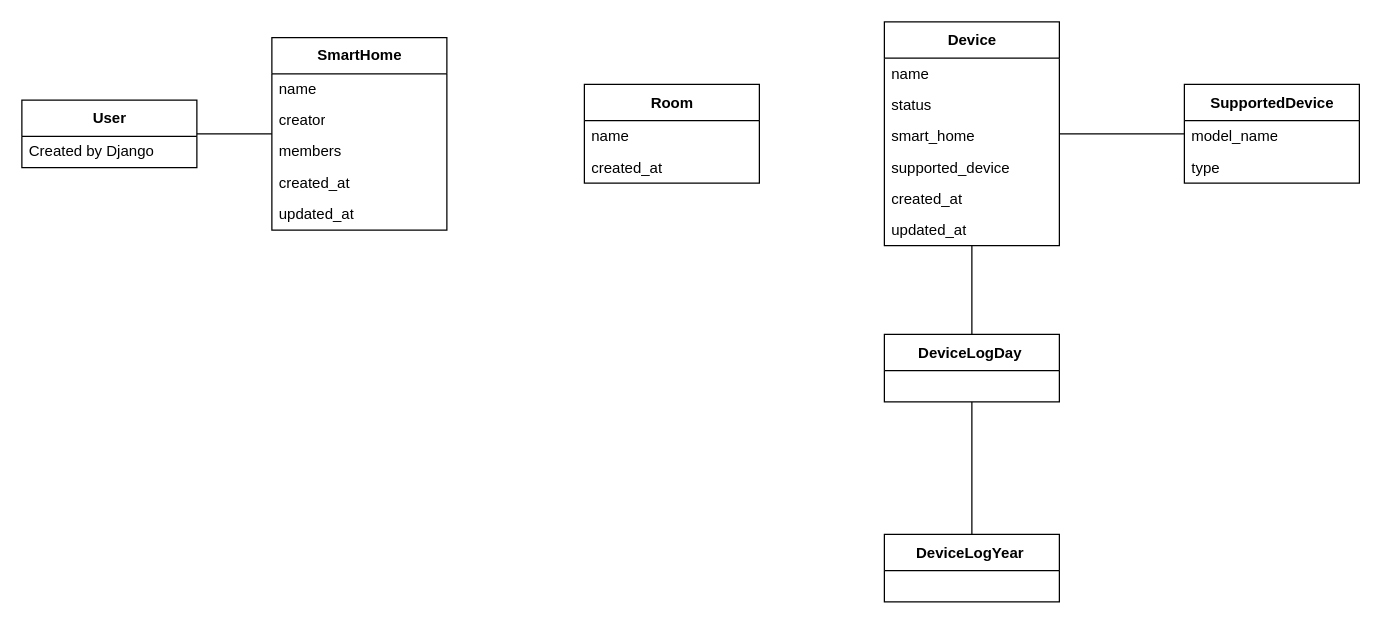
Above: Diagrams/classdiagrams.drawio in iamreallyacar/softwareengineeringsemester2 (draw.io), before the change. Source tidied: cells renumbered, new cells numbered last; positions are measured from the earlier drawing's top-left corner, leaving out a move shared by most shapes. Both pictures are drawn from the tidied source at 125%, with x=0, y=0 at pixel (21, 21).
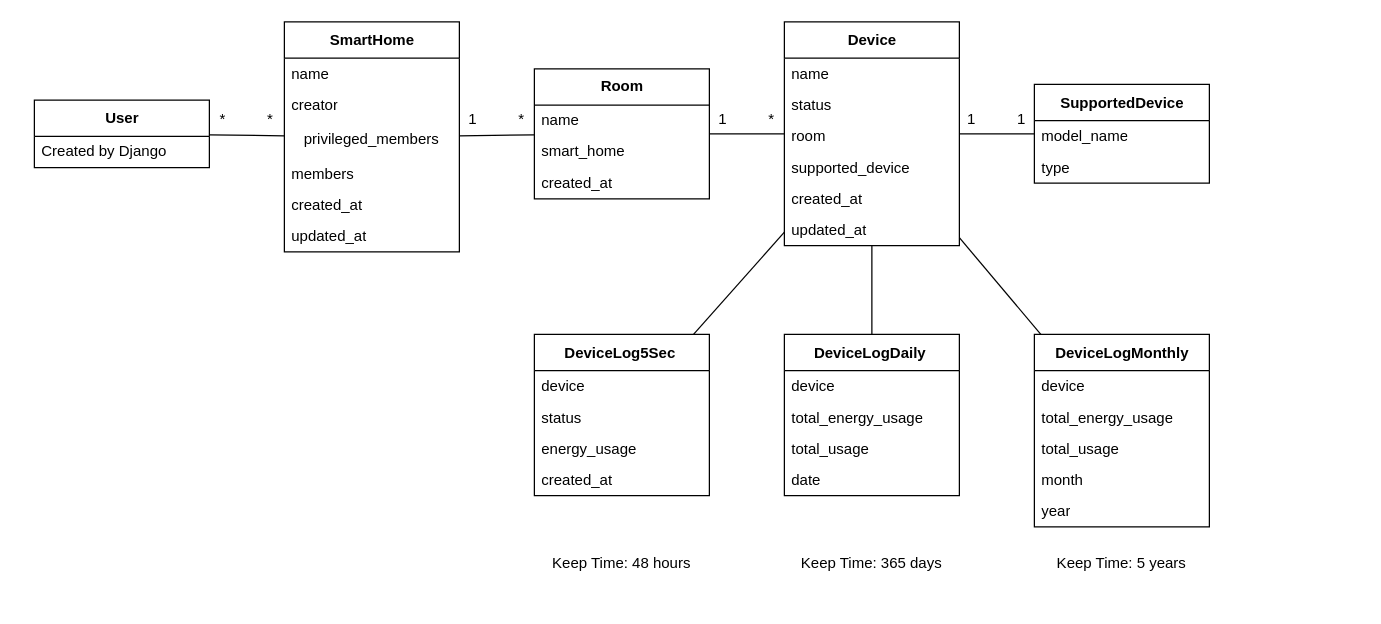
The same page after the edit.

What changed in the source:
```diff
@@
     <mxCell id="2" value="SmartHome" style="swimlane;fontStyle=1;align=center;verticalAlign=middle;horizontal=1;startSize=29;html=1;" parent="1" vertex="1">
-      <mxGeometry x="200" y="12.5" width="140" height="154" as="geometry" />
+      <mxGeometry x="210" width="140" height="184" as="geometry" />
     </mxCell>
@@
+    <mxCell id="31" value="privileged_members" style="text;html=1;strokeColor=none;fillColor=none;align=center;verticalAlign=middle;whiteSpace=wrap;rounded=0;" parent="2" vertex="1">
+      <mxGeometry y="79" width="140" height="30" as="geometry" />
+    </mxCell>
     <mxCell id="5" value="members" style="text;html=1;strokeColor=none;fillColor=none;align=left;verticalAlign=middle;spacingLeft=4;spacingRight=4;overflow=hidden;" parent="2" vertex="1">
-      <mxGeometry y="79" width="140" height="25" as="geometry" />
+      <mxGeometry y="109" width="140" height="25" as="geometry" />
     </mxCell>
     <mxCell id="6" value="created_at" style="text;html=1;strokeColor=none;fillColor=none;align=left;verticalAlign=middle;spacingLeft=4;spacingRight=4;overflow=hidden;" parent="2" vertex="1">
-      <mxGeometry y="104" width="140" height="25" as="geometry" />
+      <mxGeometry y="134" width="140" height="25" as="geometry" />
     </mxCell>
     <mxCell id="7" value="updated_at" style="text;html=1;strokeColor=none;fillColor=none;align=left;verticalAlign=middle;spacingLeft=4;spacingRight=4;overflow=hidden;" parent="2" vertex="1">
-      <mxGeometry y="129" width="140" height="25" as="geometry" />
+      <mxGeometry y="159" width="140" height="25" as="geometry" />
     </mxCell>
     <mxCell id="8" value="Device" style="swimlane;fontStyle=1;align=center;verticalAlign=middle;horizontal=1;startSize=29;html=1;" parent="1" vertex="1">
-      <mxGeometry x="690" width="140" height="179" as="geometry" />
+      <mxGeometry x="610" width="140" height="179" as="geometry" />
     </mxCell>
@@
-    <mxCell id="11" value="smart_home" style="text;html=1;strokeColor=none;fillColor=none;align=left;verticalAlign=middle;spacingLeft=4;spacingRight=4;overflow=hidden;" parent="8" vertex="1">
+    <mxCell id="11" value="room" style="text;html=1;strokeColor=none;fillColor=none;align=left;verticalAlign=middle;spacingLeft=4;spacingRight=4;overflow=hidden;" parent="8" vertex="1">
       <mxGeometry y="79" width="140" height="25" as="geometry" />
     </mxCell>
@@
     <mxCell id="15" value="SupportedDevice" style="swimlane;fontStyle=1;align=center;verticalAlign=middle;horizontal=1;startSize=29;html=1;" parent="1" vertex="1">
-      <mxGeometry x="930" y="50" width="140" height="79" as="geometry" />
+      <mxGeometry x="810" y="50" width="140" height="79" as="geometry" />
     </mxCell>
@@
     <mxCell id="19" value="User" style="swimlane;fontStyle=1;align=center;verticalAlign=middle;horizontal=1;startSize=29;html=1;" parent="1" vertex="1">
-      <mxGeometry y="62.5" width="140" height="54" as="geometry" />
+      <mxGeometry x="10" y="62.5" width="140" height="54" as="geometry" />
     </mxCell>
@@
-    <mxCell id="22" value="DeviceLogDay&amp;nbsp;" style="swimlane;fontStyle=1;align=center;verticalAlign=middle;horizontal=1;startSize=29;html=1;" parent="1" vertex="1">
-      <mxGeometry x="690" y="250" width="140" height="54" as="geometry" />
+    <mxCell id="22" value="DeviceLog5Sec&amp;nbsp;" style="swimlane;fontStyle=1;align=center;verticalAlign=middle;horizontal=1;startSize=29;html=1;" parent="1" vertex="1">
+      <mxGeometry x="410" y="250" width="140" height="129" as="geometry" />
     </mxCell>
-    <mxCell id="23" style="text;html=1;strokeColor=none;fillColor=none;align=left;verticalAlign=middle;spacingLeft=4;spacingRight=4;overflow=hidden;" parent="22" vertex="1">
+    <mxCell id="23" value="device" style="text;html=1;strokeColor=none;fillColor=none;align=left;verticalAlign=middle;spacingLeft=4;spacingRight=4;overflow=hidden;" parent="22" vertex="1">
       <mxGeometry y="29" width="140" height="25" as="geometry" />
     </mxCell>
+    <mxCell id="32" value="status" style="text;html=1;strokeColor=none;fillColor=none;align=left;verticalAlign=middle;spacingLeft=4;spacingRight=4;overflow=hidden;" parent="22" vertex="1">
+      <mxGeometry y="54" width="140" height="25" as="geometry" />
+    </mxCell>
+    <mxCell id="33" value="energy_usage" style="text;html=1;strokeColor=none;fillColor=none;align=left;verticalAlign=middle;spacingLeft=4;spacingRight=4;overflow=hidden;" parent="22" vertex="1">
+      <mxGeometry y="79" width="140" height="25" as="geometry" />
+    </mxCell>
+    <mxCell id="34" value="created_at" style="text;html=1;strokeColor=none;fillColor=none;align=left;verticalAlign=middle;spacingLeft=4;spacingRight=4;overflow=hidden;" parent="22" vertex="1">
+      <mxGeometry y="104" width="140" height="25" as="geometry" />
+    </mxCell>
@@
     <mxCell id="25" value="Room" style="swimlane;fontStyle=1;align=center;verticalAlign=middle;horizontal=1;startSize=29;html=1;" parent="1" vertex="1">
-      <mxGeometry x="450" y="50" width="140" height="79" as="geometry" />
+      <mxGeometry x="410" y="37.5" width="140" height="104" as="geometry" />
     </mxCell>
@@
+    <mxCell id="35" value="smart_home" style="text;html=1;strokeColor=none;fillColor=none;align=left;verticalAlign=middle;spacingLeft=4;spacingRight=4;overflow=hidden;" parent="25" vertex="1">
+      <mxGeometry y="54" width="140" height="25" as="geometry" />
+    </mxCell>
     <mxCell id="27" value="created_at" style="text;html=1;strokeColor=none;fillColor=none;align=left;verticalAlign=middle;spacingLeft=4;spacingRight=4;overflow=hidden;" parent="25" vertex="1">
-      <mxGeometry y="54" width="140" height="25" as="geometry" />
+      <mxGeometry y="79" width="140" height="25" as="geometry" />
     </mxCell>
-    <mxCell id="28" value="DeviceLogYear&amp;nbsp;" style="swimlane;fontStyle=1;align=center;verticalAlign=middle;horizontal=1;startSize=29;html=1;" parent="1" vertex="1">
-      <mxGeometry x="690" y="410" width="140" height="54" as="geometry" />
+    <mxCell id="28" value="DeviceLogDaily&amp;nbsp;" style="swimlane;fontStyle=1;align=center;verticalAlign=middle;horizontal=1;startSize=29;html=1;" parent="1" vertex="1">
+      <mxGeometry x="610" y="250" width="140" height="129" as="geometry" />
     </mxCell>
-    <mxCell id="29" style="text;html=1;strokeColor=none;fillColor=none;align=left;verticalAlign=middle;spacingLeft=4;spacingRight=4;overflow=hidden;" parent="28" vertex="1">
+    <mxCell id="29" value="device" style="text;html=1;strokeColor=none;fillColor=none;align=left;verticalAlign=middle;spacingLeft=4;spacingRight=4;overflow=hidden;" parent="28" vertex="1">
       <mxGeometry y="29" width="140" height="25" as="geometry" />
     </mxCell>
-    <mxCell id="30" style="endArrow=none;html=1;exitX=0.5;exitY=0;exitDx=0;exitDy=0;" parent="1" edge="1" source="28" target="22">
-      <mxGeometry relative="1" as="geometry" />
-    </mxCell>
+    <mxCell id="36" value="total_energy_usage" style="text;html=1;strokeColor=none;fillColor=none;align=left;verticalAlign=middle;spacingLeft=4;spacingRight=4;overflow=hidden;" parent="28" vertex="1">
+      <mxGeometry y="54" width="140" height="25" as="geometry" />
+    </mxCell>
+    <mxCell id="37" value="total_usage" style="text;html=1;strokeColor=none;fillColor=none;align=left;verticalAlign=middle;spacingLeft=4;spacingRight=4;overflow=hidden;" parent="28" vertex="1">
+      <mxGeometry y="79" width="140" height="25" as="geometry" />
+    </mxCell>
+    <mxCell id="38" value="date" style="text;html=1;strokeColor=none;fillColor=none;align=left;verticalAlign=middle;spacingLeft=4;spacingRight=4;overflow=hidden;" parent="28" vertex="1">
+      <mxGeometry y="104" width="140" height="25" as="geometry" />
+    </mxCell>
+    <mxCell id="39" style="endArrow=none;html=1;" parent="1" edge="1" source="28" target="8">
+      <mxGeometry relative="1" as="geometry" />
+    </mxCell>
+    <mxCell id="40" value="DeviceLogMonthly" style="swimlane;fontStyle=1;align=center;verticalAlign=middle;horizontal=1;startSize=29;html=1;" parent="1" vertex="1">
+      <mxGeometry x="810" y="250" width="140" height="154" as="geometry" />
+    </mxCell>
+    <mxCell id="41" value="device" style="text;html=1;strokeColor=none;fillColor=none;align=left;verticalAlign=middle;spacingLeft=4;spacingRight=4;overflow=hidden;" parent="40" vertex="1">
+      <mxGeometry y="29" width="140" height="25" as="geometry" />
+    </mxCell>
+    <mxCell id="42" value="total_energy_usage" style="text;html=1;strokeColor=none;fillColor=none;align=left;verticalAlign=middle;spacingLeft=4;spacingRight=4;overflow=hidden;" parent="40" vertex="1">
+      <mxGeometry y="54" width="140" height="25" as="geometry" />
+    </mxCell>
+    <mxCell id="43" value="total_usage" style="text;html=1;strokeColor=none;fillColor=none;align=left;verticalAlign=middle;spacingLeft=4;spacingRight=4;overflow=hidden;" parent="40" vertex="1">
+      <mxGeometry y="79" width="140" height="25" as="geometry" />
+    </mxCell>
+    <mxCell id="44" value="month" style="text;html=1;strokeColor=none;fillColor=none;align=left;verticalAlign=middle;spacingLeft=4;spacingRight=4;overflow=hidden;" parent="40" vertex="1">
+      <mxGeometry y="104" width="140" height="25" as="geometry" />
+    </mxCell>
+    <mxCell id="45" value="year" style="text;html=1;strokeColor=none;fillColor=none;align=left;verticalAlign=middle;spacingLeft=4;spacingRight=4;overflow=hidden;" parent="40" vertex="1">
+      <mxGeometry y="129" width="140" height="25" as="geometry" />
+    </mxCell>
+    <mxCell id="46" style="endArrow=none;html=1;" parent="1" edge="1" source="40" target="8">
+      <mxGeometry relative="1" as="geometry" />
+    </mxCell>
+    <mxCell id="47" style="endArrow=none;html=1;" parent="1" edge="1" source="2" target="25">
+      <mxGeometry relative="1" as="geometry" />
+    </mxCell>
+    <mxCell id="48" style="endArrow=none;html=1;" parent="1" edge="1" source="25" target="8">
+      <mxGeometry relative="1" as="geometry" />
+    </mxCell>
+    <mxCell id="49" value="*&amp;nbsp; &amp;nbsp; &amp;nbsp; &amp;nbsp; &amp;nbsp; *" style="text;html=1;strokeColor=none;fillColor=none;align=center;verticalAlign=middle;whiteSpace=wrap;rounded=0;" parent="1" vertex="1">
+      <mxGeometry x="150" y="62.5" width="60" height="30" as="geometry" />
+    </mxCell>
+    <mxCell id="50" value="1&amp;nbsp; &amp;nbsp; &amp;nbsp; &amp;nbsp; &amp;nbsp; *" style="text;html=1;strokeColor=none;fillColor=none;align=center;verticalAlign=middle;whiteSpace=wrap;rounded=0;" parent="1" vertex="1">
+      <mxGeometry x="350" y="62.5" width="60" height="30" as="geometry" />
+    </mxCell>
+    <mxCell id="51" value="1&amp;nbsp; &amp;nbsp; &amp;nbsp; &amp;nbsp; &amp;nbsp; *" style="text;html=1;strokeColor=none;fillColor=none;align=center;verticalAlign=middle;whiteSpace=wrap;rounded=0;" parent="1" vertex="1">
+      <mxGeometry x="550" y="62.5" width="60" height="30" as="geometry" />
+    </mxCell>
+    <mxCell id="52" value="1&amp;nbsp; &amp;nbsp; &amp;nbsp; &amp;nbsp; &amp;nbsp; 1" style="text;html=1;strokeColor=none;fillColor=none;align=center;verticalAlign=middle;whiteSpace=wrap;rounded=0;" parent="1" vertex="1">
+      <mxGeometry x="750" y="62.5" width="60" height="30" as="geometry" />
+    </mxCell>
+    <mxCell id="53" value="Keep Time: 48 hours" style="text;html=1;strokeColor=none;fillColor=none;align=center;verticalAlign=middle;whiteSpace=wrap;rounded=0;" parent="1" vertex="1">
+      <mxGeometry x="410" y="410" width="140" height="46" as="geometry" />
+    </mxCell>
+    <mxCell id="54" value="Keep Time: 365 days" style="text;html=1;strokeColor=none;fillColor=none;align=center;verticalAlign=middle;whiteSpace=wrap;rounded=0;" parent="1" vertex="1">
+      <mxGeometry x="610" y="410" width="140" height="46" as="geometry" />
+    </mxCell>
+    <mxCell id="55" value="Keep Time: 5 years" style="text;html=1;strokeColor=none;fillColor=none;align=center;verticalAlign=middle;whiteSpace=wrap;rounded=0;" parent="1" vertex="1">
+      <mxGeometry x="810" y="410" width="140" height="46" as="geometry" />
+    </mxCell>
```
